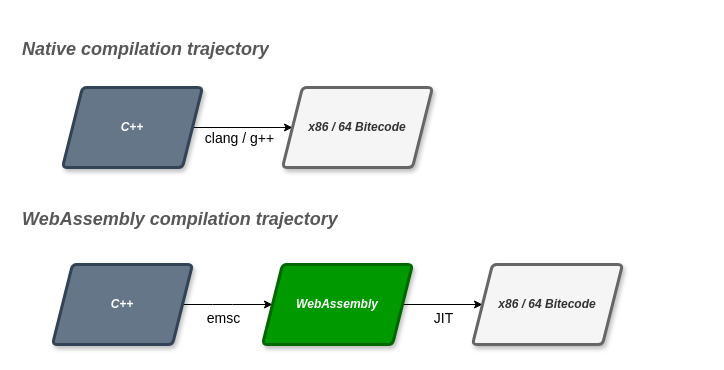
Above: proposal/schemas/wasm-performance/wasm-perf.drawio in the-red-feather/thesis (draw.io), before the change. Source tidied: cells renumbered, new cells numbered last; positions are measured from the earlier drawing's top-left corner, leaving out a move shared by most shapes. Both pictures are drawn from the tidied source at 100%, with x=0, y=0 at pixel (17, 27).
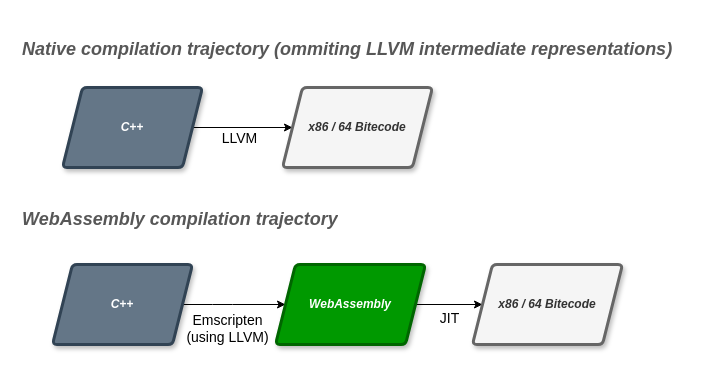
The same page after the edit.

The edit, as a diff of the source:
```diff
@@
 <mxGraphModel background="#FFFFFF">
   <root>
     <mxCell id="0" />
     <mxCell id="1" parent="0" />
-    <mxCell id="2" value="&lt;h1&gt;&lt;i&gt;&lt;font style=&quot;font-size: 18px&quot;&gt;Native compilation trajectory&lt;/font&gt;&lt;/i&gt;&lt;/h1&gt;" style="text;html=1;strokeColor=none;fillColor=none;spacing=5;spacingTop=-20;whiteSpace=wrap;overflow=hidden;fontColor=#575757;rounded=0;rotation=0;fontFamily=Helvetica;" parent="1" vertex="1">
-      <mxGeometry width="280" height="40" as="geometry" />
+    <mxCell id="2" value="&lt;h1&gt;&lt;i&gt;&lt;font style=&quot;font-size: 18px&quot;&gt;Native compilation trajectory (ommiting LLVM intermediate representations)&lt;/font&gt;&lt;/i&gt;&lt;/h1&gt;" style="text;html=1;strokeColor=none;fillColor=none;spacing=5;spacingTop=-20;whiteSpace=wrap;overflow=hidden;fontColor=#575757;rounded=0;rotation=0;fontFamily=Helvetica;" parent="1" vertex="1">
+      <mxGeometry width="690" height="40" as="geometry" />
     </mxCell>
     <mxCell id="3" value="&lt;h1 style=&quot;font-size: 18px&quot;&gt;&lt;i&gt;&lt;font style=&quot;font-size: 18px&quot;&gt;WebAssembly compilation trajectory&lt;br&gt;&lt;/font&gt;&lt;/i&gt;&lt;/h1&gt;&lt;div style=&quot;font-size: 18px&quot;&gt;&lt;i&gt;&lt;br&gt;&lt;/i&gt;&lt;/div&gt;" style="text;html=1;strokeColor=none;fillColor=none;spacing=5;spacingTop=-20;whiteSpace=wrap;overflow=hidden;fontColor=#575757;rounded=0;fontFamily=Helvetica;" parent="1" vertex="1">
       <mxGeometry y="180" width="545" height="35" as="geometry" />
     </mxCell>
     <mxCell id="4" style="edgeStyle=none;html=1;exitX=1;exitY=0.5;exitDx=0;exitDy=0;entryX=0;entryY=0.5;entryDx=0;entryDy=0;" parent="1" edge="1" source="6" target="9">
       <mxGeometry relative="1" as="geometry">
         <Array as="points">
           <mxPoint x="205" y="277" />
         </Array>
       </mxGeometry>
     </mxCell>
-    <mxCell id="5" value="emsc" style="edgeLabel;html=1;align=center;verticalAlign=middle;labelBorderColor=#FFFFFF;fontSize=14;" parent="4" vertex="1">
+    <mxCell id="5" value="Emscripten&lt;br&gt;(using LLVM)" style="edgeLabel;html=1;align=center;verticalAlign=middle;labelBorderColor=#FFFFFF;fontSize=14;" parent="4" vertex="1">
       <mxGeometry x="0.11" relative="1" as="geometry">
-        <mxPoint x="-10" y="13" as="offset" />
+        <mxPoint x="-13" y="23" as="offset" />
       </mxGeometry>
     </mxCell>
     <mxCell id="6" value="&lt;b&gt;&lt;i&gt;C++&lt;/i&gt;&lt;/b&gt;" style="shape=parallelogram;perimeter=parallelogramPerimeter;whiteSpace=wrap;html=1;fixedSize=1;fillColor=#647687;strokeColor=#314354;fontColor=#ffffff;rounded=1;strokeWidth=3;arcSize=9;shadow=1;fontFamily=Helvetica;" parent="1" vertex="1">
       <mxGeometry x="35" y="237" width="140" height="80" as="geometry" />
     </mxCell>
     <mxCell id="7" style="edgeStyle=none;html=1;exitX=1;exitY=0.5;exitDx=0;exitDy=0;" parent="1" edge="1" source="9" target="10">
       <mxGeometry relative="1" as="geometry" />
     </mxCell>
     <mxCell id="8" value="JIT" style="edgeLabel;html=1;align=center;verticalAlign=middle;fontSize=14;" parent="7" vertex="1">
       <mxGeometry x="0.21" relative="1" as="geometry">
         <mxPoint x="-8" y="13" as="offset" />
       </mxGeometry>
     </mxCell>
     <mxCell id="9" value="&lt;b&gt;&lt;i&gt;WebAssembly&lt;/i&gt;&lt;/b&gt;" style="shape=parallelogram;perimeter=parallelogramPerimeter;whiteSpace=wrap;html=1;fixedSize=1;fillColor=#009900;strokeColor=#006600;fontColor=#ffffff;rounded=1;strokeWidth=3;arcSize=9;shadow=1;fontFamily=Helvetica;" parent="1" vertex="1">
-      <mxGeometry x="245" y="237" width="150" height="80" as="geometry" />
+      <mxGeometry x="258" y="237" width="150" height="80" as="geometry" />
     </mxCell>
     <mxCell id="10" value="&lt;b&gt;&lt;i&gt;x86 / 64&amp;nbsp;&lt;/i&gt;&lt;/b&gt;&lt;b&gt;&lt;i&gt;Bitecode&lt;br&gt;&lt;/i&gt;&lt;/b&gt;" style="shape=parallelogram;perimeter=parallelogramPerimeter;whiteSpace=wrap;html=1;fixedSize=1;rounded=1;strokeWidth=3;arcSize=9;shadow=1;fontFamily=Helvetica;fontColor=#333333;strokeColor=#666666;fillColor=#f5f5f5;" parent="1" vertex="1">
       <mxGeometry x="455" y="237" width="150" height="80" as="geometry" />
     </mxCell>
     <mxCell id="11" style="edgeStyle=none;html=1;exitX=1;exitY=0.5;exitDx=0;exitDy=0;entryX=0;entryY=0.5;entryDx=0;entryDy=0;" parent="1" edge="1" source="13" target="14">
       <mxGeometry relative="1" as="geometry" />
     </mxCell>
-    <mxCell id="12" value="clang / g++" style="edgeLabel;html=1;align=center;verticalAlign=middle;fontSize=14;" parent="11" vertex="1">
+    <mxCell id="12" value="LLVM" style="edgeLabel;html=1;align=center;verticalAlign=middle;fontSize=14;" parent="11" vertex="1">
       <mxGeometry x="-0.15" relative="1" as="geometry">
         <mxPoint x="3" y="10" as="offset" />
       </mxGeometry>
     </mxCell>
     <mxCell id="13" value="&lt;b&gt;&lt;i&gt;C++&lt;/i&gt;&lt;/b&gt;" style="shape=parallelogram;perimeter=parallelogramPerimeter;whiteSpace=wrap;html=1;fixedSize=1;fillColor=#647687;strokeColor=#314354;fontColor=#ffffff;rounded=1;strokeWidth=3;arcSize=9;shadow=1;fontFamily=Helvetica;" parent="1" vertex="1">
       <mxGeometry x="45" y="60" width="140" height="80" as="geometry" />
     </mxCell>
     <mxCell id="14" value="&lt;b&gt;&lt;i&gt;x86 / 64&amp;nbsp;&lt;/i&gt;&lt;/b&gt;&lt;b&gt;&lt;i&gt;Bitecode&lt;br&gt;&lt;/i&gt;&lt;/b&gt;" style="shape=parallelogram;perimeter=parallelogramPerimeter;whiteSpace=wrap;html=1;fixedSize=1;rounded=1;strokeWidth=3;arcSize=9;shadow=1;fontFamily=Helvetica;fontColor=#333333;strokeColor=#666666;fillColor=#f5f5f5;" parent="1" vertex="1">
       <mxGeometry x="265" y="60" width="150" height="80" as="geometry" />
     </mxCell>
   </root>
 </mxGraphModel>
```
